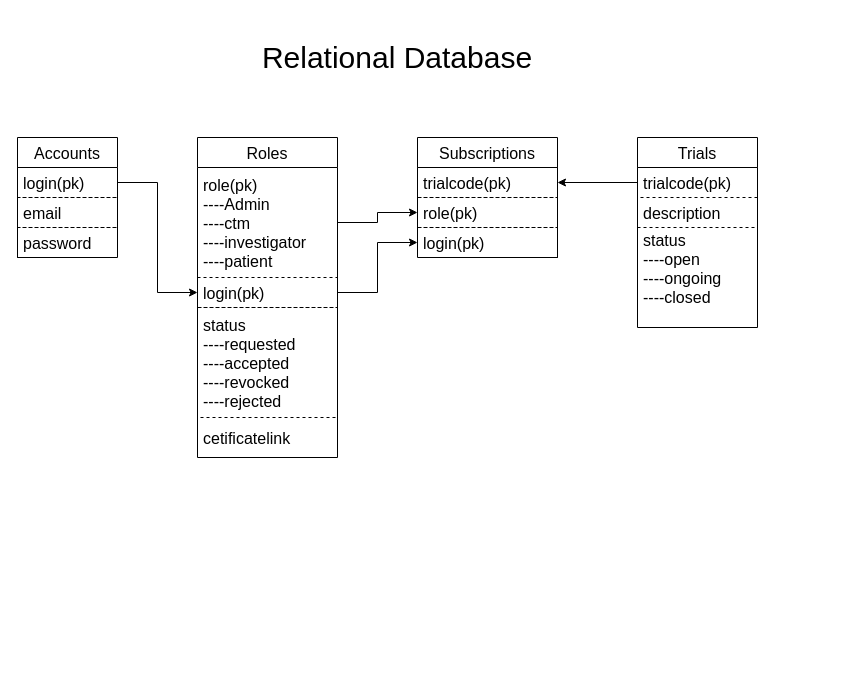
Before: page "Database" (3 of 4) of Accelerator.drawio in cricrich2010/Accelerator, a draw.io diagram. Source tidied: cells renumbered, new cells numbered last; positions are measured from the earlier drawing's top-left corner, leaving out a move shared by most shapes. Both pictures are drawn from the tidied source at 100%, with x=0, y=0 at pixel (17, 17).
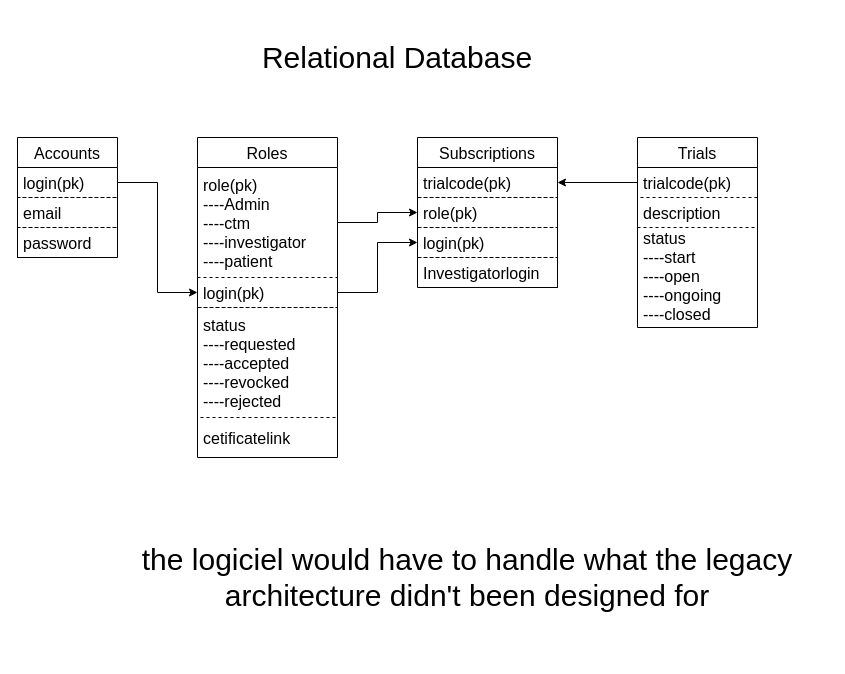
The same diagram, later.

Unchanged cells that the change refers to:
```xml
<mxCell id="11" value="Trials" style="swimlane;fontStyle=0;horizontal=1;startSize=30;fontSize=16;" parent="1" vertex="1">
  <mxGeometry x="620" y="120" width="120" height="190" as="geometry" />
</mxCell>
```

Diff of the diagram source:
```diff
@@
-    <mxCell id="14" value="status&#10;----open&#10;----ongoing&#10;----closed&#10;" style="text;strokeColor=default;fillColor=none;align=left;verticalAlign=middle;spacingLeft=4;spacingRight=4;overflow=hidden;fontSize=16;dashed=1;" parent="11" vertex="1">
+    <mxCell id="14" value="status&#10;----start&#10;----open&#10;----ongoing&#10;----closed&#10;" style="text;strokeColor=default;fillColor=none;align=left;verticalAlign=middle;spacingLeft=4;spacingRight=4;overflow=hidden;fontSize=16;dashed=1;" parent="11" vertex="1">
       <mxGeometry y="90" width="120" height="100" as="geometry" />
     </mxCell>
     <mxCell id="15" value="Subscriptions" style="swimlane;fontStyle=0;horizontal=1;startSize=30;fontSize=16;" parent="1" vertex="1">
-      <mxGeometry x="400" y="120" width="140" height="120" as="geometry" />
+      <mxGeometry x="400" y="120" width="140" height="150" as="geometry" />
     </mxCell>
@@
+    <mxCell id="24" value="Investigatorlogin" style="text;strokeColor=default;fillColor=none;align=left;verticalAlign=middle;spacingLeft=4;spacingRight=4;overflow=hidden;fontSize=16;dashed=1;" parent="15" vertex="1">
+      <mxGeometry y="120" width="140" height="30" as="geometry" />
+    </mxCell>
@@
+    <mxCell id="25" value="the logiciel would have to handle what the legacy architecture didn't been designed for" style="text;html=1;strokeColor=none;fillColor=none;align=center;verticalAlign=middle;whiteSpace=wrap;rounded=0;dashed=1;fontSize=30;" parent="1" vertex="1">
+      <mxGeometry x="90" y="480" width="720" height="160" as="geometry" />
+    </mxCell>
```
